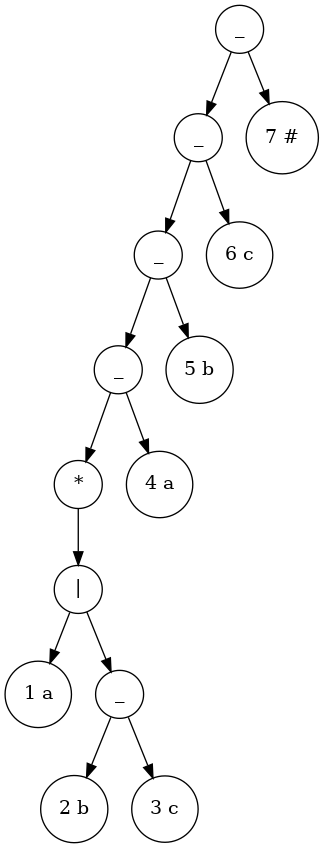
The Graphviz diagram tree_output/tree_output.png in x6x4/LAB2_URGENCY, before a commit. Its source is kept beside it as tree_output/tree_output.dot.
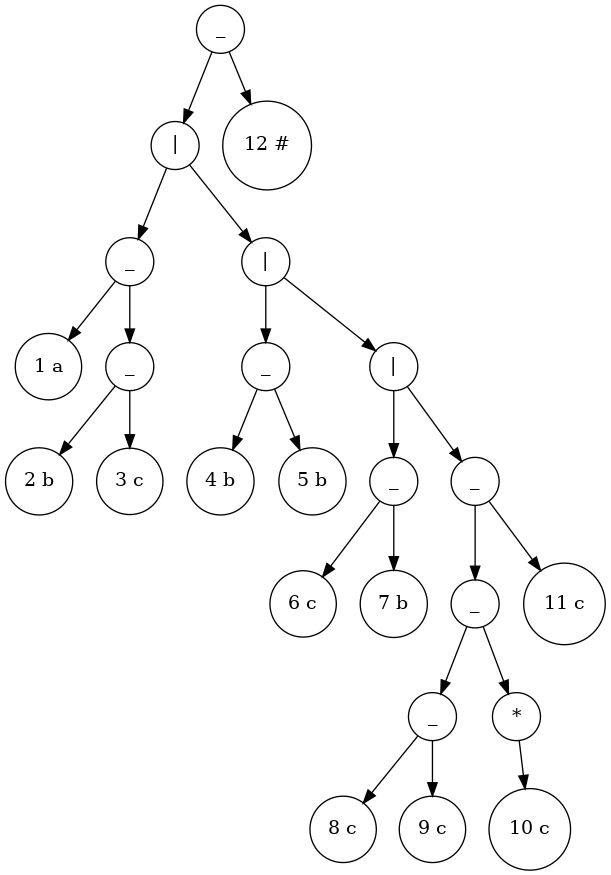
The same file after the commit.

The edit, as a diff of the source:
```diff
@@ -1,30 +1,50 @@
 digraph Tree {
 node [shape=circle];
-94013749581680 [label="_"];
-94013749581680 -> 94013749581584;
-94013749581584 [label="_"];
-94013749581584 -> 94013749581440;
-94013749581440 [label="_"];
-94013749581440 -> 94013749581296;
-94013749581296 [label="_"];
-94013749581296 -> 94013749581152;
-94013749581152 [label="*"];
-94013749581152 -> 94013749581104;
-94013749581104 [label="|"];
-94013749581104 -> 94013749580480;
-94013749580480 [label="1 a"];
-94013749581104 -> 94013749580912;
-94013749580912 [label="_"];
-94013749580912 -> 94013749580528;
-94013749580528 [label="2 b"];
-94013749580912 -> 94013749580720;
-94013749580720 [label="3 c"];
-94013749581296 -> 94013749581200;
-94013749581200 [label="4 a"];
-94013749581440 -> 94013749581344;
-94013749581344 [label="5 b"];
-94013749581584 -> 94013749581488;
-94013749581488 [label="6 c"];
-94013749581680 -> 94013749581632;
-94013749581632 [label="7 #"];
+93834514963136 [label="_"];
+93834514963136 -> 93834514963040;
+93834514963040 [label="|"];
+93834514963040 -> 93834514961840;
+93834514961840 [label="_"];
+93834514961840 -> 93834514961216;
+93834514961216 [label="1 a"];
+93834514961840 -> 93834514961648;
+93834514961648 [label="_"];
+93834514961648 -> 93834514961264;
+93834514961264 [label="2 b"];
+93834514961648 -> 93834514961456;
+93834514961456 [label="3 c"];
+93834514963040 -> 93834514962992;
+93834514962992 [label="|"];
+93834514962992 -> 93834514962080;
+93834514962080 [label="_"];
+93834514962080 -> 93834514961888;
+93834514961888 [label="4 b"];
+93834514962080 -> 93834514961984;
+93834514961984 [label="5 b"];
+93834514962992 -> 93834514962944;
+93834514962944 [label="|"];
+93834514962944 -> 93834514962320;
+93834514962320 [label="_"];
+93834514962320 -> 93834514962128;
+93834514962128 [label="6 c"];
+93834514962320 -> 93834514962224;
+93834514962224 [label="7 b"];
+93834514962944 -> 93834514962896;
+93834514962896 [label="_"];
+93834514962896 -> 93834514962752;
+93834514962752 [label="_"];
+93834514962752 -> 93834514962560;
+93834514962560 [label="_"];
+93834514962560 -> 93834514962368;
+93834514962368 [label="8 c"];
+93834514962560 -> 93834514962464;
+93834514962464 [label="9 c"];
+93834514962752 -> 93834514962704;
+93834514962704 [label="*"];
+93834514962704 -> 93834514962608;
+93834514962608 [label="10 c"];
+93834514962896 -> 93834514962800;
+93834514962800 [label="11 c"];
+93834514963136 -> 93834514963088;
+93834514963088 [label="12 #"];
 }
```
